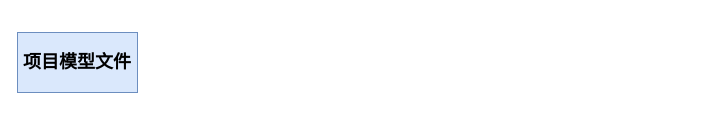
Above: 项目信息管理.drawio in CAIJINHUI/CAIJINHUI.github.io (draw.io), before the change. Source tidied: cells renumbered, new cells numbered last; positions are measured from the earlier drawing's top-left corner, leaving out a move shared by most shapes. Both pictures are drawn from the tidied source at 100%, with x=0, y=0 at pixel (17, 32).
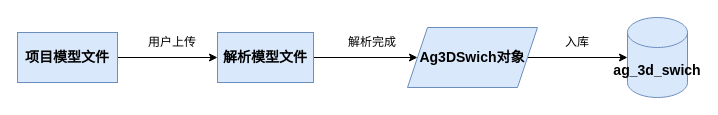
After the change.

Commit message (it also covers changes not shown here):
Update 项目信息管理.drawio

What changed in the source:
```diff
@@
 <mxGraphModel>
   <root>
     <mxCell id="0" />
     <mxCell id="1" parent="0" />
+    <mxCell id="3" style="edgeStyle=orthogonalEdgeStyle;rounded=0;jettySize=auto;html=1;exitX=1;exitY=0.5;exitDx=0;exitDy=0;entryX=0;entryY=0.5;entryDx=0;entryDy=0;" parent="1" edge="1" source="2" target="5">
+      <mxGeometry relative="1" as="geometry" />
+    </mxCell>
-    <mxCell id="2" value="&lt;h2&gt;项目模型文件&lt;/h2&gt;" style="rounded=0;whiteSpace=wrap;html=1;fillColor=#dae8fc;strokeColor=#6c8ebf;" parent="1" vertex="1">
-      <mxGeometry width="120" height="60" as="geometry" />
+    <mxCell id="2" value="&lt;h3&gt;项目模型文件&lt;/h3&gt;" style="rounded=0;whiteSpace=wrap;html=1;fillColor=#dae8fc;strokeColor=#6c8ebf;" parent="1" vertex="1">
+      <mxGeometry width="100" height="50" as="geometry" />
     </mxCell>
+    <mxCell id="4" style="edgeStyle=orthogonalEdgeStyle;rounded=0;jettySize=auto;html=1;exitX=1;exitY=0.5;exitDx=0;exitDy=0;entryX=0;entryY=0.5;entryDx=0;entryDy=0;" parent="1" edge="1" source="5" target="8">
+      <mxGeometry relative="1" as="geometry" />
+    </mxCell>
+    <mxCell id="5" value="&lt;h3&gt;解析模型文件&lt;/h3&gt;" style="rounded=0;whiteSpace=wrap;html=1;fillColor=#dae8fc;strokeColor=#6c8ebf;" parent="1" vertex="1">
+      <mxGeometry x="200" width="96" height="50" as="geometry" />
+    </mxCell>
+    <mxCell id="6" value="用户上传" style="text;html=1;strokeColor=none;fillColor=none;align=center;verticalAlign=middle;whiteSpace=wrap;rounded=0;" parent="1" vertex="1">
+      <mxGeometry x="130" width="50" height="20" as="geometry" />
+    </mxCell>
+    <mxCell id="7" style="edgeStyle=orthogonalEdgeStyle;rounded=0;jettySize=auto;html=1;exitX=1;exitY=0.5;exitDx=0;exitDy=0;" parent="1" edge="1" source="8" target="9">
+      <mxGeometry relative="1" as="geometry" />
+    </mxCell>
+    <mxCell id="8" value="&lt;h3&gt;Ag3DSwich对象&lt;/h3&gt;" style="shape=parallelogram;perimeter=parallelogramPerimeter;whiteSpace=wrap;html=1;fixedSize=1;fillColor=#dae8fc;strokeColor=#6c8ebf;" parent="1" vertex="1">
+      <mxGeometry x="390" y="-5" width="130" height="60" as="geometry" />
+    </mxCell>
+    <mxCell id="9" value="&lt;h3&gt;ag_3d_swich&lt;/h3&gt;" style="shape=cylinder3;whiteSpace=wrap;html=1;boundedLbl=1;backgroundOutline=1;size=15;fillColor=#dae8fc;strokeColor=#6c8ebf;" parent="1" vertex="1">
+      <mxGeometry x="610" y="-15" width="60" height="80" as="geometry" />
+    </mxCell>
+    <mxCell id="10" value="入库" style="text;html=1;strokeColor=none;fillColor=none;align=center;verticalAlign=middle;whiteSpace=wrap;rounded=0;" parent="1" vertex="1">
+      <mxGeometry x="540" width="40" height="20" as="geometry" />
+    </mxCell>
+    <mxCell id="11" value="解析完成" style="text;html=1;strokeColor=none;fillColor=none;align=center;verticalAlign=middle;whiteSpace=wrap;rounded=0;" parent="1" vertex="1">
+      <mxGeometry x="330" width="50" height="20" as="geometry" />
+    </mxCell>
   </root>
 </mxGraphModel>
```
